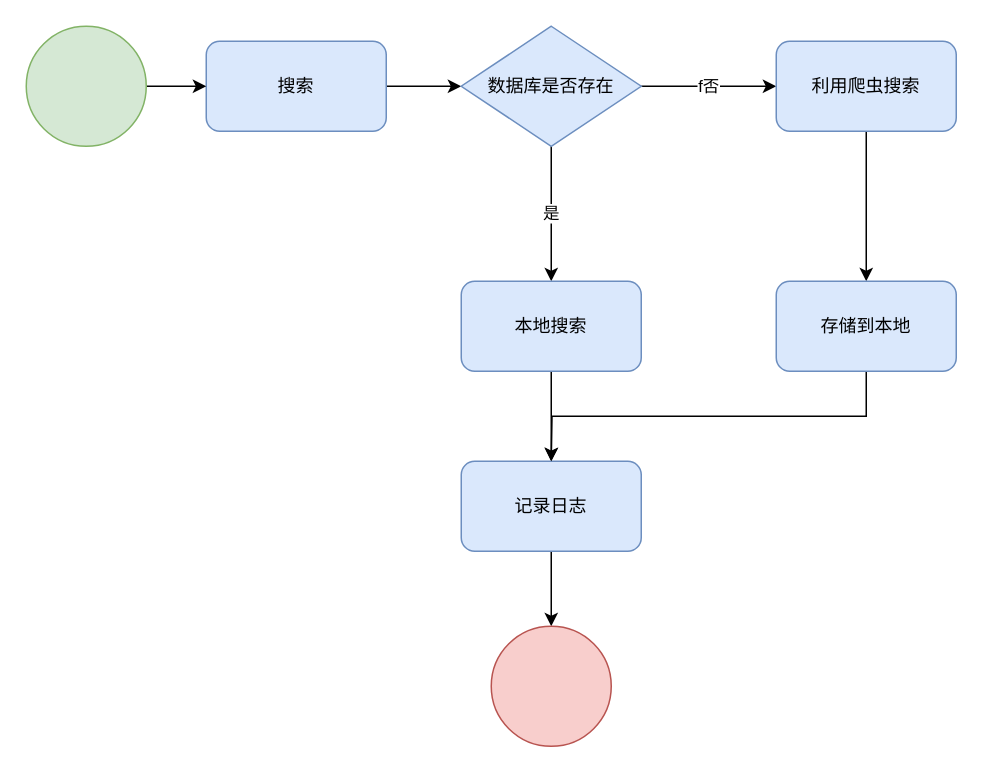
This is 垃圾分类.drawio from redcomet88/DRAW, a draw.io file, before an edit. Source tidied: cells renumbered, new cells numbered last; positions are measured from the earlier drawing's top-left corner, leaving out a move shared by most shapes. Both pictures are drawn from the tidied source at 150%, with x=0, y=0 at pixel (26, 26).
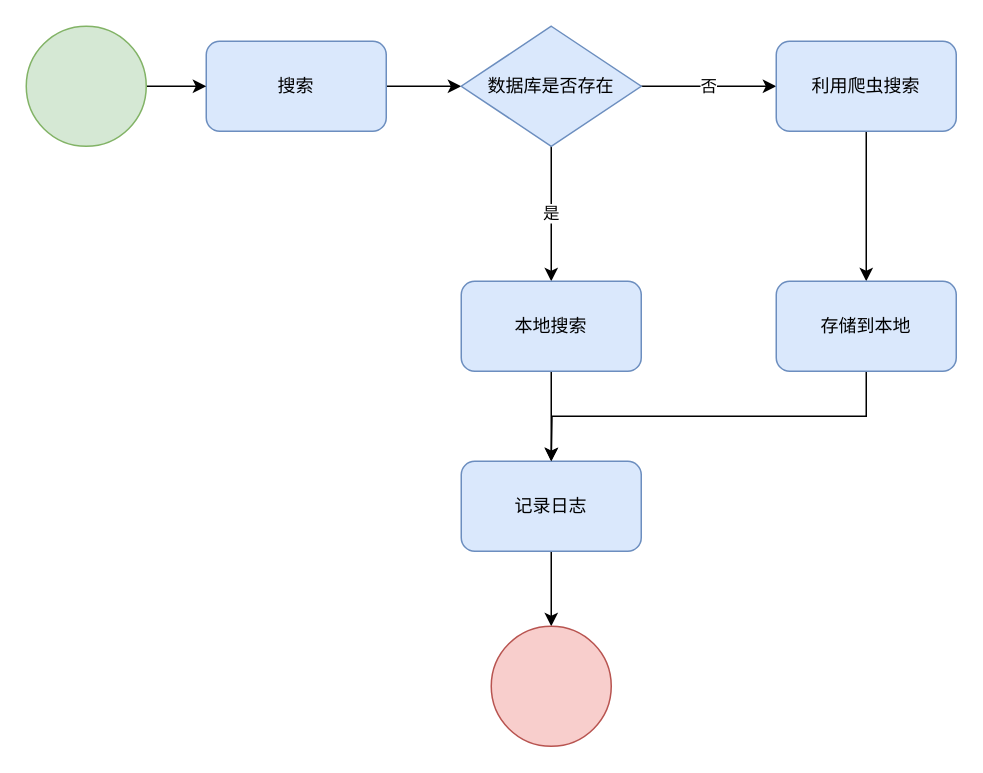
The same page after the edit.

Change to the diagram source:
```diff
@@
 <mxGraphModel>
   <root>
     <mxCell id="0" />
     <mxCell id="1" parent="0" />
     <mxCell id="2" style="edgeStyle=orthogonalEdgeStyle;rounded=0;jettySize=auto;html=1;" parent="1" edge="1" source="3" target="6">
       <mxGeometry relative="1" as="geometry" />
     </mxCell>
     <mxCell id="3" value="搜索" style="rounded=1;whiteSpace=wrap;html=1;fillColor=#dae8fc;strokeColor=#6c8ebf;" parent="1" vertex="1">
       <mxGeometry x="120" y="10" width="120" height="60" as="geometry" />
     </mxCell>
     <mxCell id="4" value="是" style="edgeStyle=orthogonalEdgeStyle;rounded=0;jettySize=auto;html=1;" parent="1" edge="1" source="6" target="8">
       <mxGeometry relative="1" as="geometry" />
     </mxCell>
-    <mxCell id="5" value="f否" style="edgeStyle=orthogonalEdgeStyle;rounded=0;jettySize=auto;html=1;exitX=1;exitY=0.5;exitDx=0;exitDy=0;" parent="1" edge="1" source="6" target="10">
+    <mxCell id="5" value="否" style="edgeStyle=orthogonalEdgeStyle;rounded=0;jettySize=auto;html=1;exitX=1;exitY=0.5;exitDx=0;exitDy=0;" parent="1" edge="1" source="6" target="10">
       <mxGeometry relative="1" as="geometry" />
     </mxCell>
     <mxCell id="6" value="数据库是否存在" style="rhombus;whiteSpace=wrap;html=1;fillColor=#dae8fc;strokeColor=#6c8ebf;" parent="1" vertex="1">
       <mxGeometry x="290" width="120" height="80" as="geometry" />
     </mxCell>
     <mxCell id="7" style="edgeStyle=orthogonalEdgeStyle;rounded=0;jettySize=auto;html=1;" parent="1" edge="1" source="8" target="12">
       <mxGeometry relative="1" as="geometry" />
     </mxCell>
     <mxCell id="8" value="本地搜索" style="rounded=1;whiteSpace=wrap;html=1;fillColor=#dae8fc;strokeColor=#6c8ebf;" parent="1" vertex="1">
       <mxGeometry x="290" y="170" width="120" height="60" as="geometry" />
     </mxCell>
     <mxCell id="9" style="edgeStyle=orthogonalEdgeStyle;rounded=0;jettySize=auto;html=1;exitX=0.5;exitY=1;exitDx=0;exitDy=0;entryX=0.5;entryY=0;entryDx=0;entryDy=0;" parent="1" edge="1" source="10" target="16">
       <mxGeometry relative="1" as="geometry" />
     </mxCell>
     <mxCell id="10" value="利用爬虫搜索" style="rounded=1;whiteSpace=wrap;html=1;fillColor=#dae8fc;strokeColor=#6c8ebf;" parent="1" vertex="1">
       <mxGeometry x="500" y="10" width="120" height="60" as="geometry" />
     </mxCell>
     <mxCell id="11" style="edgeStyle=orthogonalEdgeStyle;rounded=0;jettySize=auto;html=1;" parent="1" edge="1" source="12" target="17">
       <mxGeometry relative="1" as="geometry" />
     </mxCell>
     <mxCell id="12" value="记录日志" style="rounded=1;whiteSpace=wrap;html=1;fillColor=#dae8fc;strokeColor=#6c8ebf;" parent="1" vertex="1">
       <mxGeometry x="290" y="290" width="120" height="60" as="geometry" />
     </mxCell>
     <mxCell id="13" style="edgeStyle=orthogonalEdgeStyle;rounded=0;jettySize=auto;html=1;" parent="1" edge="1" source="14" target="3">
       <mxGeometry relative="1" as="geometry" />
     </mxCell>
     <mxCell id="14" style="ellipse;whiteSpace=wrap;html=1;fillColor=#d5e8d4;strokeColor=#82b366;" parent="1" vertex="1">
       <mxGeometry width="80" height="80" as="geometry" />
     </mxCell>
     <mxCell id="15" style="edgeStyle=orthogonalEdgeStyle;rounded=0;jettySize=auto;html=1;exitX=0.5;exitY=1;exitDx=0;exitDy=0;" parent="1" edge="1" source="16">
       <mxGeometry relative="1" as="geometry">
         <mxPoint x="350" y="290" as="targetPoint" />
       </mxGeometry>
     </mxCell>
     <mxCell id="16" value="存储到本地" style="rounded=1;whiteSpace=wrap;html=1;fillColor=#dae8fc;strokeColor=#6c8ebf;" parent="1" vertex="1">
       <mxGeometry x="500" y="170" width="120" height="60" as="geometry" />
     </mxCell>
     <mxCell id="17" style="ellipse;whiteSpace=wrap;html=1;fillColor=#f8cecc;strokeColor=#b85450;" parent="1" vertex="1">
       <mxGeometry x="310" y="400" width="80" height="80" as="geometry" />
     </mxCell>
   </root>
 </mxGraphModel>
```
